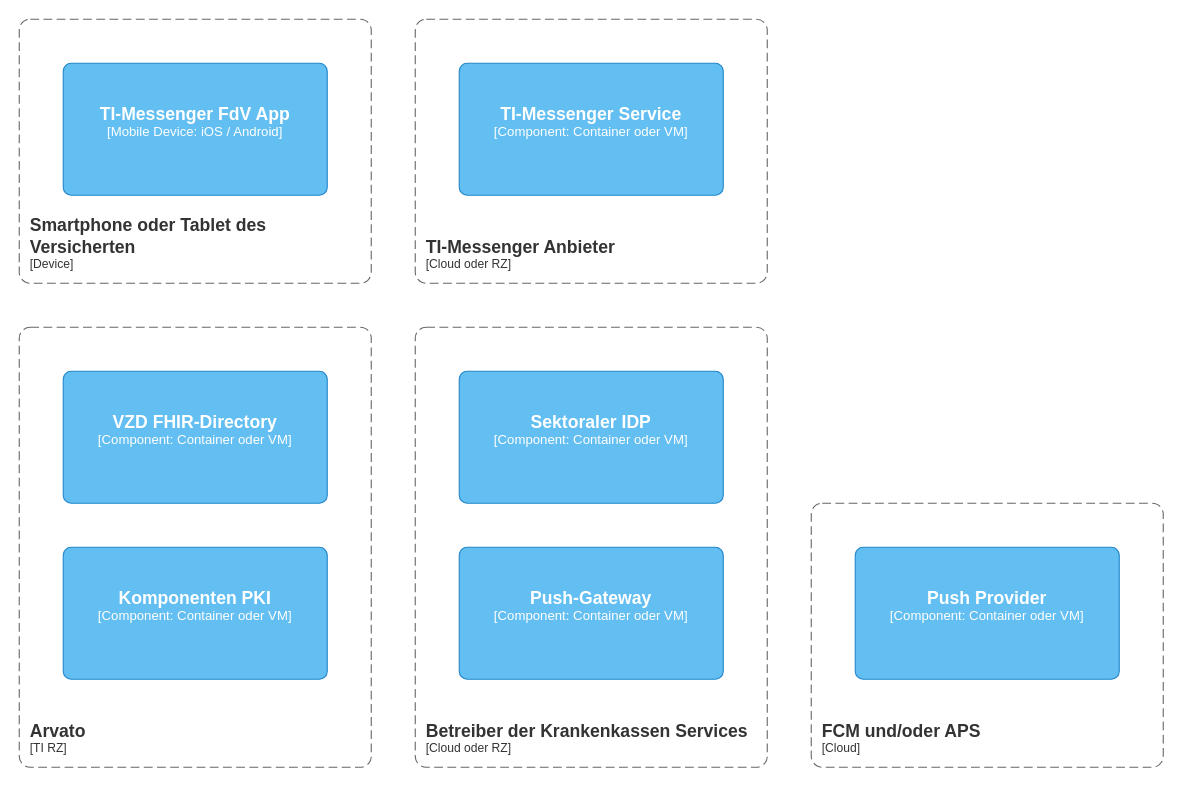
The draw.io diagram src/drawio/TI-Messenger_2.0_für_Versicherte_Verteilungssicht.drawio in gematik/api-ti-messenger, before the edit. Source tidied: cells renumbered, new cells numbered last; positions are measured from the earlier drawing's top-left corner, leaving out a move shared by most shapes. Both pictures are drawn from the tidied source at 110%, with x=0, y=0 at pixel (19, 19).
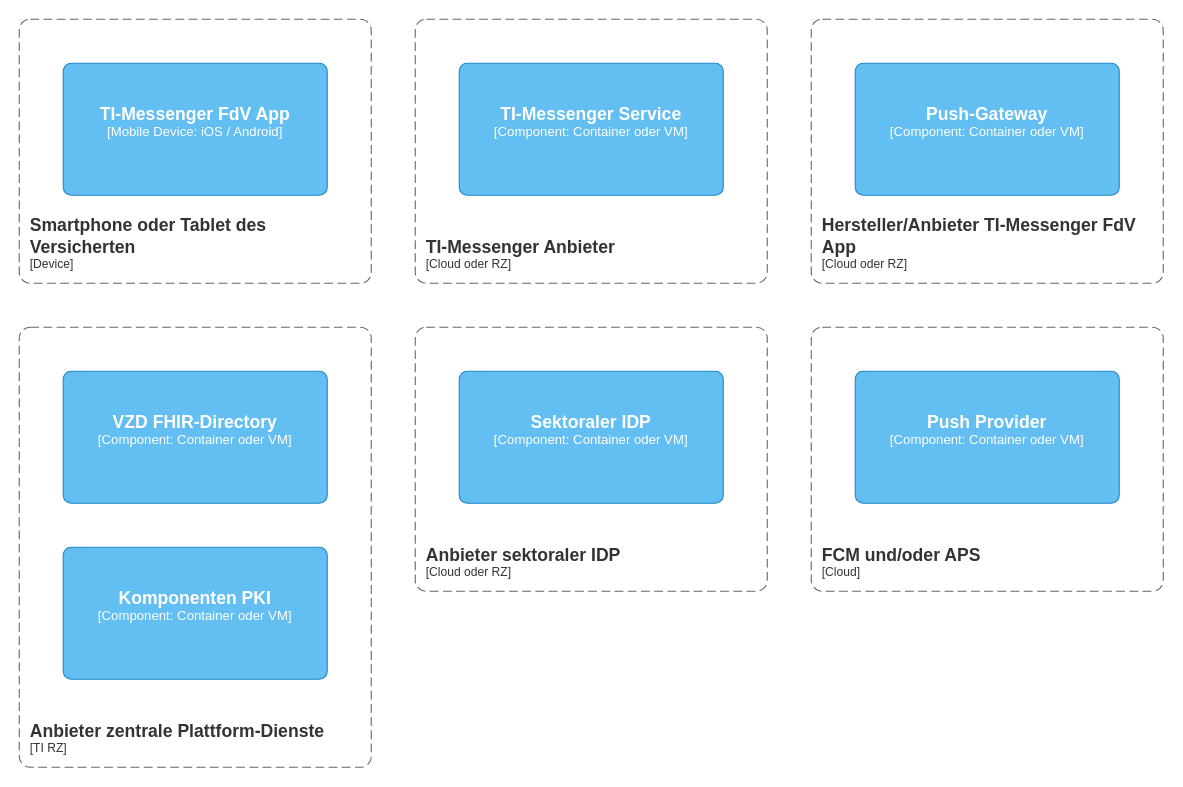
Above is the later version.

Diff of the diagram source:
```diff
@@
     <object id="4" label="&lt;font style=&quot;font-size: 16px&quot;&gt;&lt;b&gt;&lt;div style=&quot;text-align: left&quot;&gt;%c4Name%&lt;/div&gt;&lt;/b&gt;&lt;/font&gt;&lt;div style=&quot;text-align: left&quot;&gt;[%c4Application%]&lt;/div&gt;" c4Application="Cloud" c4Name="FCM und/oder APS" placeholders="1">
       <mxCell style="rounded=1;fontSize=11;whiteSpace=wrap;html=1;dashed=1;arcSize=20;fillColor=none;strokeColor=#666666;fontColor=#333333;labelBackgroundColor=none;align=left;verticalAlign=bottom;labelBorderColor=none;spacingTop=0;spacing=10;dashPattern=8 4;perimeter=rectanglePerimeter;noLabel=0;labelPadding=0;absoluteArcSize=1;" parent="1" vertex="1">
-        <mxGeometry x="720" y="440" width="320" height="240" as="geometry" />
+        <mxGeometry x="720" y="280" width="320" height="240" as="geometry" />
       </mxCell>
     </object>
     <object id="5" label="&lt;font style=&quot;font-size: 16px&quot;&gt;&lt;b&gt;%c4Name%&lt;/b&gt;&lt;/font&gt;&lt;div&gt;[%c4Type%: %c4Technology%]&lt;/div&gt;&lt;br&gt;&lt;div&gt;&lt;font style=&quot;font-size: 11px&quot;&gt;%c4Description%&lt;/font&gt;&lt;/div&gt;" c4Description="" c4Name="Push Provider" c4Technology="Container oder VM" c4Type="Component" placeholders="1">
       <mxCell style="rounded=1;whiteSpace=wrap;html=1;labelBackgroundColor=none;fillColor=#63BEF2;fontColor=#ffffff;align=center;arcSize=6;strokeColor=#2086C9;" parent="1" vertex="1">
-        <mxGeometry x="760" y="480" width="240" height="120" as="geometry" />
+        <mxGeometry x="760" y="320" width="240" height="120" as="geometry" />
       </mxCell>
     </object>
@@
-    <object id="7" label="&lt;font style=&quot;font-size: 16px&quot;&gt;&lt;b&gt;&lt;div style=&quot;text-align: left&quot;&gt;%c4Name%&lt;/div&gt;&lt;/b&gt;&lt;/font&gt;&lt;div style=&quot;text-align: left&quot;&gt;[%c4Application%]&lt;/div&gt;" c4Application="Cloud oder RZ" c4Name="Betreiber der Krankenkassen Services" placeholders="1">
+    <object id="7" label="&lt;font style=&quot;font-size: 16px&quot;&gt;&lt;b&gt;&lt;div style=&quot;text-align: left&quot;&gt;%c4Name%&lt;/div&gt;&lt;/b&gt;&lt;/font&gt;&lt;div style=&quot;text-align: left&quot;&gt;[%c4Application%]&lt;/div&gt;" c4Application="Cloud oder RZ" c4Name="Anbieter sektoraler IDP" placeholders="1">
       <mxCell style="rounded=1;fontSize=11;whiteSpace=wrap;html=1;dashed=1;arcSize=20;fillColor=none;strokeColor=#666666;fontColor=#333333;labelBackgroundColor=none;align=left;verticalAlign=bottom;labelBorderColor=none;spacingTop=0;spacing=10;dashPattern=8 4;perimeter=rectanglePerimeter;noLabel=0;labelPadding=0;absoluteArcSize=1;" parent="1" vertex="1">
-        <mxGeometry x="360" y="280" width="320" height="400" as="geometry" />
+        <mxGeometry x="360" y="280" width="320" height="240" as="geometry" />
       </mxCell>
     </object>
@@
-    <object id="9" label="&lt;font style=&quot;font-size: 16px&quot;&gt;&lt;b&gt;&lt;div style=&quot;text-align: left&quot;&gt;%c4Name%&lt;/div&gt;&lt;/b&gt;&lt;/font&gt;&lt;div style=&quot;text-align: left&quot;&gt;[%c4Application%]&lt;/div&gt;" c4Application="TI RZ" c4Name="Arvato" placeholders="1">
+    <object id="9" label="&lt;font style=&quot;font-size: 16px&quot;&gt;&lt;b&gt;&lt;div style=&quot;text-align: left&quot;&gt;%c4Name%&lt;/div&gt;&lt;/b&gt;&lt;/font&gt;&lt;div style=&quot;text-align: left&quot;&gt;[%c4Application%]&lt;/div&gt;" c4Application="TI RZ" c4Name="Anbieter zentrale Plattform-Dienste" placeholders="1">
       <mxCell style="rounded=1;fontSize=11;whiteSpace=wrap;html=1;dashed=1;arcSize=20;fillColor=none;strokeColor=#666666;fontColor=#333333;labelBackgroundColor=none;align=left;verticalAlign=bottom;labelBorderColor=none;spacingTop=0;spacing=10;dashPattern=8 4;perimeter=rectanglePerimeter;noLabel=0;labelPadding=0;absoluteArcSize=1;" parent="1" vertex="1">
         <mxGeometry y="280" width="320" height="400" as="geometry" />
       </mxCell>
     </object>
     <object id="10" label="&lt;font style=&quot;font-size: 16px&quot;&gt;&lt;b&gt;%c4Name%&lt;/b&gt;&lt;/font&gt;&lt;div&gt;[%c4Type%: %c4Technology%]&lt;/div&gt;&lt;br&gt;&lt;div&gt;&lt;font style=&quot;font-size: 11px&quot;&gt;%c4Description%&lt;/font&gt;&lt;/div&gt;" c4Description="" c4Name="Push-Gateway" c4Technology="Container oder VM" c4Type="Component" placeholders="1">
       <mxCell style="rounded=1;whiteSpace=wrap;html=1;labelBackgroundColor=none;fillColor=#63BEF2;fontColor=#ffffff;align=center;arcSize=6;strokeColor=#2086C9;" parent="1" vertex="1">
-        <mxGeometry x="400" y="480" width="240" height="120" as="geometry" />
+        <mxGeometry x="760" y="40" width="240" height="120" as="geometry" />
       </mxCell>
     </object>
@@
+    <object id="14" label="&lt;font style=&quot;font-size: 16px&quot;&gt;&lt;b&gt;&lt;div style=&quot;text-align: left&quot;&gt;%c4Name%&lt;/div&gt;&lt;/b&gt;&lt;/font&gt;&lt;div style=&quot;text-align: left&quot;&gt;[%c4Application%]&lt;/div&gt;" c4Application="Cloud oder RZ" c4Name="Hersteller/Anbieter TI-Messenger FdV App" placeholders="1">
+      <mxCell style="rounded=1;fontSize=11;whiteSpace=wrap;html=1;dashed=1;arcSize=20;fillColor=none;strokeColor=#666666;fontColor=#333333;labelBackgroundColor=none;align=left;verticalAlign=bottom;labelBorderColor=none;spacingTop=0;spacing=10;dashPattern=8 4;perimeter=rectanglePerimeter;noLabel=0;labelPadding=0;absoluteArcSize=1;" parent="1" vertex="1">
+        <mxGeometry x="720" width="320" height="240" as="geometry" />
+      </mxCell>
+    </object>
```
